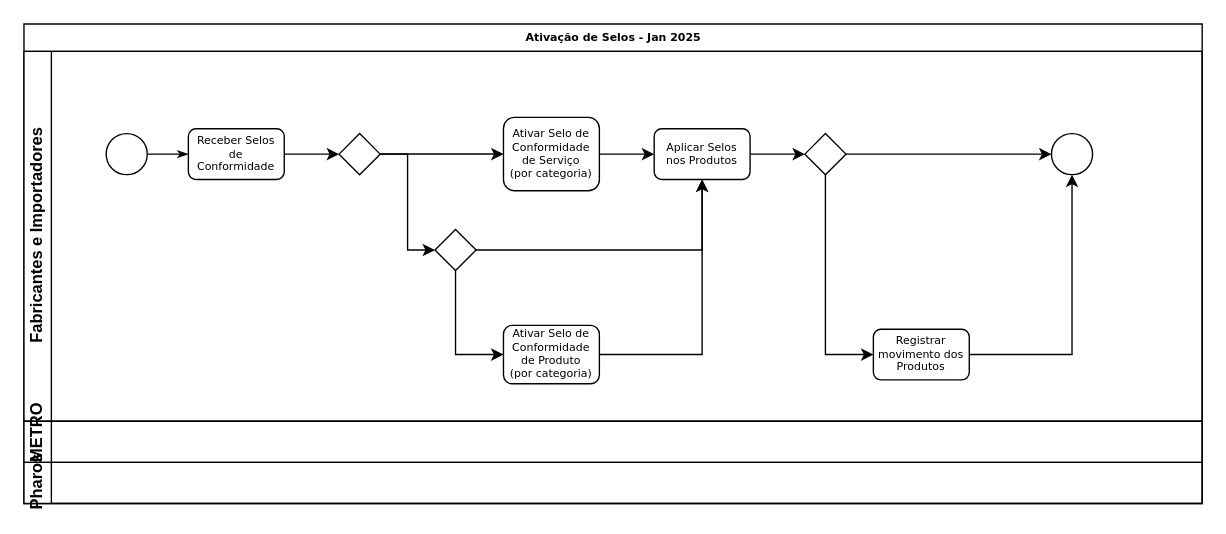
Above: Verificação do Selo.drawio in pharos2018/pharos (draw.io), before the change. Source tidied: cells renumbered, new cells numbered last; positions are measured from the earlier drawing's top-left corner, leaving out a move shared by most shapes. Both pictures are drawn from the tidied source at 137%, with x=0, y=0 at pixel (23, 23).
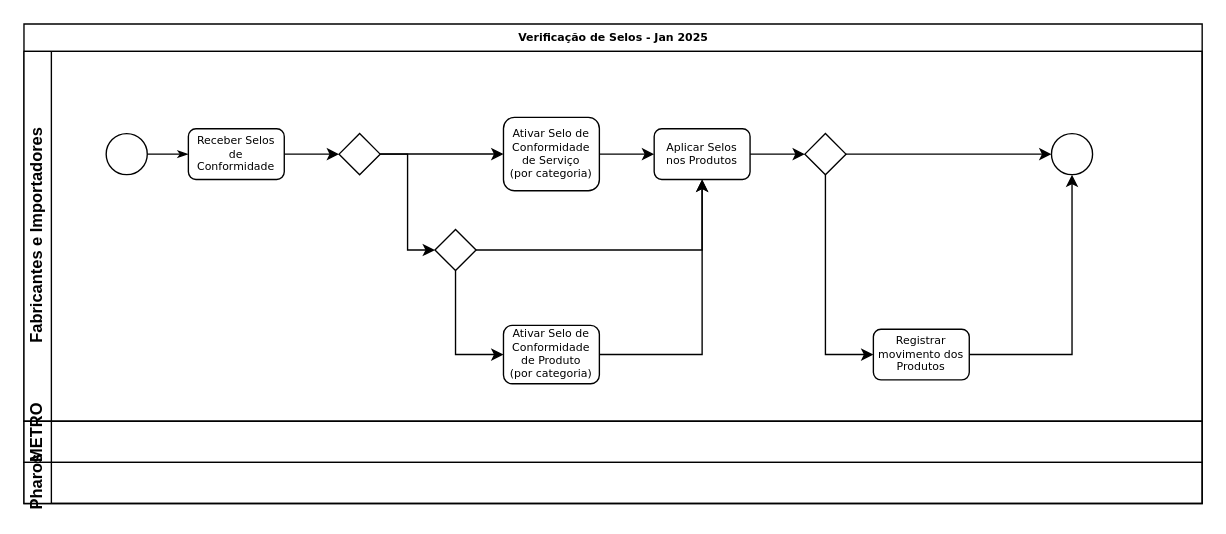
Above is the later version.

Diff of the diagram source:
```diff
@@
-    <mxCell id="2" value="Ativação de Selos - Jan 2025" style="swimlane;html=1;horizontal=1;startSize=20;rounded=0;shadow=0;labelBackgroundColor=none;strokeWidth=1;fontFamily=Verdana;fontSize=8;align=center;" parent="1" vertex="1">
+    <mxCell id="2" value="Verificação de Selos - Jan 2025" style="swimlane;html=1;horizontal=1;startSize=20;rounded=0;shadow=0;labelBackgroundColor=none;strokeWidth=1;fontFamily=Verdana;fontSize=8;align=center;" parent="1" vertex="1">
       <mxGeometry width="860" height="350" as="geometry" />
     </mxCell>
```
